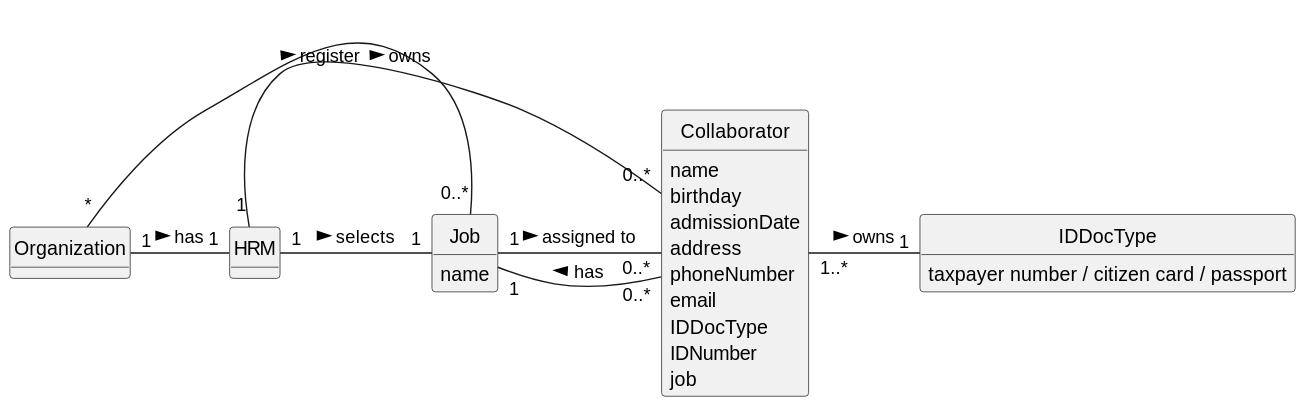
This is docs/sprintA/us003/02.analysis/svg/us003-domain-model.svg from daniel41silva05/ISEP_2023_2024_LAPR2, a PlantUML export, as it was before one commit.
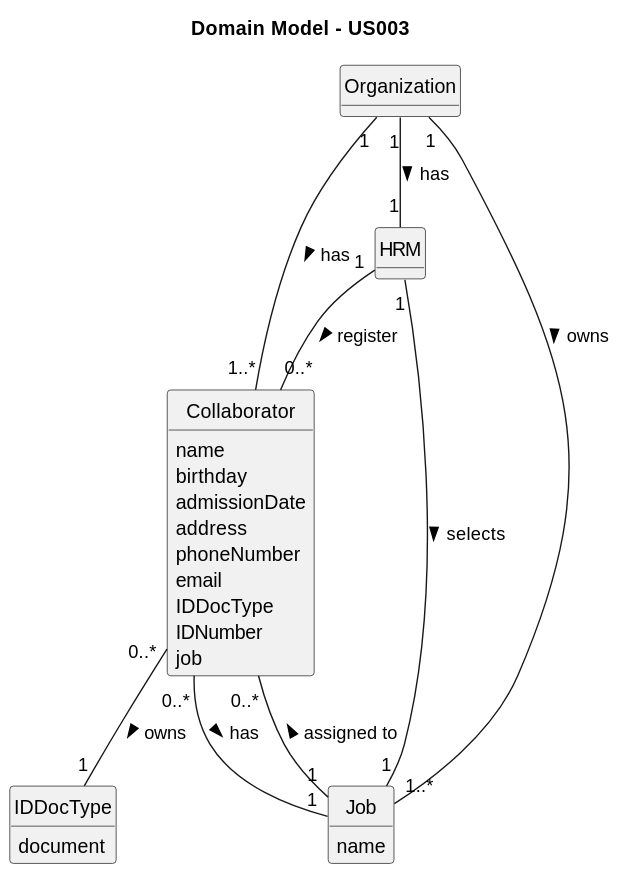
After the commit.

The edit, as a diff of the source:
```diff
@@ -3,11 +3,12 @@
 skinparam packageStyle rectangle
 skinparam shadowing false
 
-
 skinparam classAttributeIconSize 0
 
 hide circle
 hide methods
+
+title Domain Model - US003
 
 class Organization {
 }
@@ -32,14 +33,15 @@
 }
 
 class IDDocType {
-    taxpayer number / citizen card / passport
+    document
 }
 
-Organization "1" - "1" HRM : has >
-Organization "*" - "0..*" Job : owns >
-HRM "1" - "1" Job : selects  >
-HRM "1" - "0..*" Collaborator : register >
-Collaborator "1..*" - "1" IDDocType : owns >
-Job "1" - "0..*" Collaborator : assigned to >
-Collaborator "0..*" - "1" Job : has >
+Organization "1" -- "1" HRM : has >
+Organization "1" -- "1..*" Collaborator : has >
+Organization "1" -- "1..*" Job : owns >
+HRM "1" -- "1" Job : selects  >
+Job "1" -- "0..*" Collaborator : assigned to >
+HRM "1" -- "0..*" Collaborator : register >
+Collaborator "0..*" -- "1" IDDocType : owns >
+Collaborator "0..*" -- "1" Job : has >
 @enduml
```
